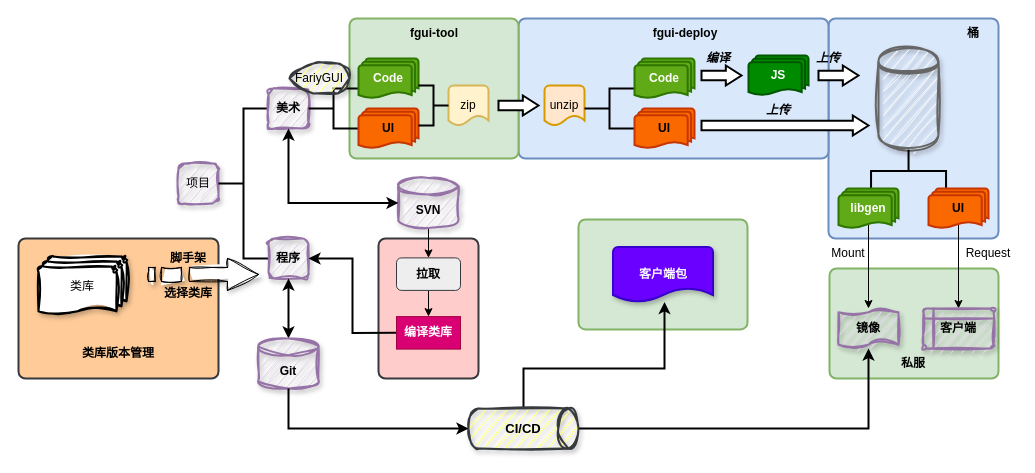
The draw.io diagram 未命名绘图.drawio in rgbwoo/draw-io, before the edit. Source tidied: cells renumbered, new cells numbered last; positions are measured from the earlier drawing's top-left corner, leaving out a move shared by most shapes. Both pictures are drawn from the tidied source at 100%, with x=0, y=0 at pixel (18, 18).
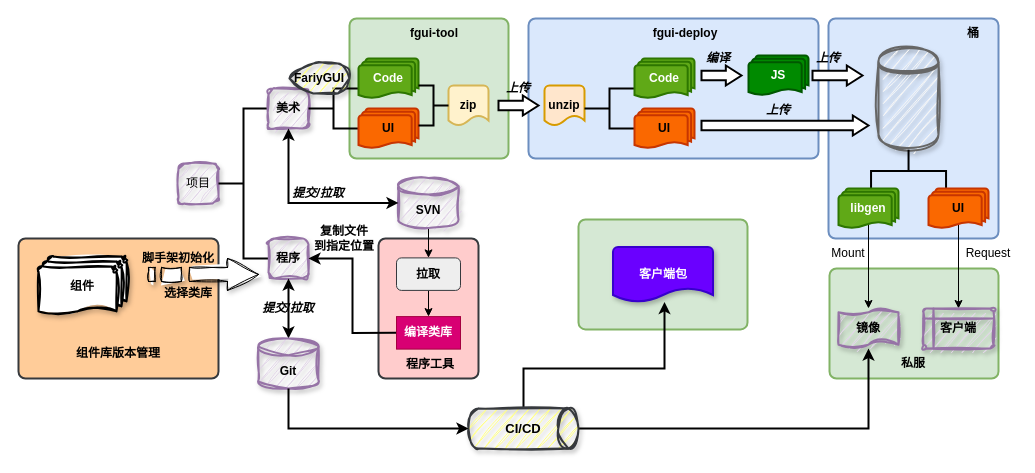
The same page after the edit.

Change to the diagram source:
```diff
@@
     <mxCell id="5" style="rounded=1;whiteSpace=wrap;html=1;absoluteArcSize=1;arcSize=14;strokeWidth=2;strokeColor=#6c8ebf;fillColor=#dae8fc;" parent="1" vertex="1">
-      <mxGeometry x="500" width="310" height="140" as="geometry" />
+      <mxGeometry x="510" width="290" height="140" as="geometry" />
     </mxCell>
     <mxCell id="6" style="rounded=1;whiteSpace=wrap;html=1;absoluteArcSize=1;arcSize=14;strokeWidth=2;strokeColor=#82b366;labelBackgroundColor=none;fillColor=#d5e8d4;" parent="1" vertex="1">
-      <mxGeometry x="331" width="169" height="140" as="geometry" />
+      <mxGeometry x="331" width="159" height="140" as="geometry" />
     </mxCell>
@@
-    <mxCell id="14" value="zip" style="strokeWidth=2;html=1;shape=mxgraph.flowchart.document2;whiteSpace=wrap;size=0.25;fillColor=#fff2cc;strokeColor=#d6b656;" parent="1" vertex="1">
+    <mxCell id="14" value="zip" style="strokeWidth=2;html=1;shape=mxgraph.flowchart.document2;whiteSpace=wrap;size=0.25;fillColor=#fff2cc;strokeColor=#d6b656;fontStyle=1;" parent="1" vertex="1">
       <mxGeometry x="430" y="67" width="40" height="40" as="geometry" />
     </mxCell>
@@
-    <mxCell id="17" value="unzip" style="strokeWidth=2;html=1;shape=mxgraph.flowchart.document2;whiteSpace=wrap;size=0.25;fillColor=#ffe6cc;strokeColor=#d79b00;" parent="1" vertex="1">
+    <mxCell id="17" value="unzip" style="strokeWidth=2;html=1;shape=mxgraph.flowchart.document2;whiteSpace=wrap;size=0.25;fillColor=#ffe6cc;strokeColor=#d79b00;fontStyle=1;" parent="1" vertex="1">
       <mxGeometry x="526" y="67" width="40" height="40" as="geometry" />
     </mxCell>
@@
     <mxCell id="25" style="verticalLabelPosition=bottom;verticalAlign=top;html=1;strokeWidth=2;shape=mxgraph.arrows2.arrow;dy=0.53;dx=15.67;notch=0;" parent="1" vertex="1">
-      <mxGeometry x="800" y="47" width="40" height="20" as="geometry" />
+      <mxGeometry x="794" y="47" width="50" height="20" as="geometry" />
     </mxCell>
@@
-    <mxCell id="57" value="类库" style="strokeWidth=2;html=1;shape=mxgraph.flowchart.multi-document;whiteSpace=wrap;sketch=1;curveFitting=1;jiggle=2;shadow=1;" parent="1" vertex="1">
+    <mxCell id="57" value="组件" style="strokeWidth=2;html=1;shape=mxgraph.flowchart.multi-document;whiteSpace=wrap;sketch=1;curveFitting=1;jiggle=2;shadow=1;fontStyle=1;" parent="1" vertex="1">
       <mxGeometry x="20" y="238.1" width="88" height="60" as="geometry" />
     </mxCell>
-    <mxCell id="58" value="类库版本管理" style="text;strokeColor=none;align=center;fillColor=none;html=1;verticalAlign=middle;whiteSpace=wrap;rounded=0;fontStyle=1;" parent="1" vertex="1">
+    <mxCell id="58" value="组件库版本管理" style="text;strokeColor=none;align=center;fillColor=none;html=1;verticalAlign=middle;whiteSpace=wrap;rounded=0;fontStyle=1;" parent="1" vertex="1">
       <mxGeometry x="55" y="320" width="90" height="30" as="geometry" />
     </mxCell>
@@
-    <mxCell id="60" value="脚手架" style="text;strokeColor=none;align=center;fillColor=none;html=1;verticalAlign=middle;whiteSpace=wrap;rounded=0;fontStyle=1;" parent="1" vertex="1">
-      <mxGeometry x="140" y="225" width="60" height="30" as="geometry" />
+    <mxCell id="60" value="脚手架初始化" style="text;strokeColor=none;align=center;fillColor=none;html=1;verticalAlign=middle;whiteSpace=wrap;rounded=0;fontStyle=1;" parent="1" vertex="1">
+      <mxGeometry x="120" y="225" width="80" height="30" as="geometry" />
     </mxCell>
@@
-    <mxCell id="62" value="FariyGUI" style="strokeWidth=2;html=1;shape=mxgraph.flowchart.display;whiteSpace=wrap;sketch=1;curveFitting=1;jiggle=2;shadow=1;fillColor=#ffff88;strokeColor=#36393d;" parent="1" vertex="1">
+    <mxCell id="62" value="FariyGUI" style="strokeWidth=2;html=1;shape=mxgraph.flowchart.display;whiteSpace=wrap;sketch=1;curveFitting=1;jiggle=2;shadow=1;fillColor=#ffff88;strokeColor=#36393d;fontStyle=1;" parent="1" vertex="1">
       <mxGeometry x="271" y="45" width="60" height="30" as="geometry" />
     </mxCell>
@@
+    <mxCell id="64" value="程序工具" style="text;strokeColor=none;align=center;fillColor=none;html=1;verticalAlign=middle;whiteSpace=wrap;rounded=0;horizontal=1;fontStyle=1;" parent="1" vertex="1">
+      <mxGeometry x="382" y="330.6" width="60" height="30" as="geometry" />
+    </mxCell>
+    <mxCell id="65" value="复制文件&lt;div&gt;到指定位置&lt;/div&gt;" style="text;strokeColor=none;align=center;fillColor=none;html=1;verticalAlign=middle;whiteSpace=wrap;rounded=0;fontStyle=1;" parent="1" vertex="1">
+      <mxGeometry x="291" y="205.1" width="70" height="30" as="geometry" />
+    </mxCell>
+    <mxCell id="66" value="上传" style="text;strokeColor=none;align=center;fillColor=none;html=1;verticalAlign=middle;whiteSpace=wrap;rounded=0;fontStyle=3;" parent="1" vertex="1">
+      <mxGeometry x="470" y="55" width="60" height="30" as="geometry" />
+    </mxCell>
+    <mxCell id="67" value="提交/拉取" style="text;strokeColor=none;align=center;fillColor=none;html=1;verticalAlign=middle;whiteSpace=wrap;rounded=0;fontStyle=3;" parent="1" vertex="1">
+      <mxGeometry x="270" y="160" width="60" height="30" as="geometry" />
+    </mxCell>
+    <mxCell id="68" value="提交/拉取" style="text;strokeColor=none;align=center;fillColor=none;html=1;verticalAlign=middle;whiteSpace=wrap;rounded=0;fontStyle=3;" parent="1" vertex="1">
+      <mxGeometry x="240" y="275" width="60" height="30" as="geometry" />
+    </mxCell>
```
